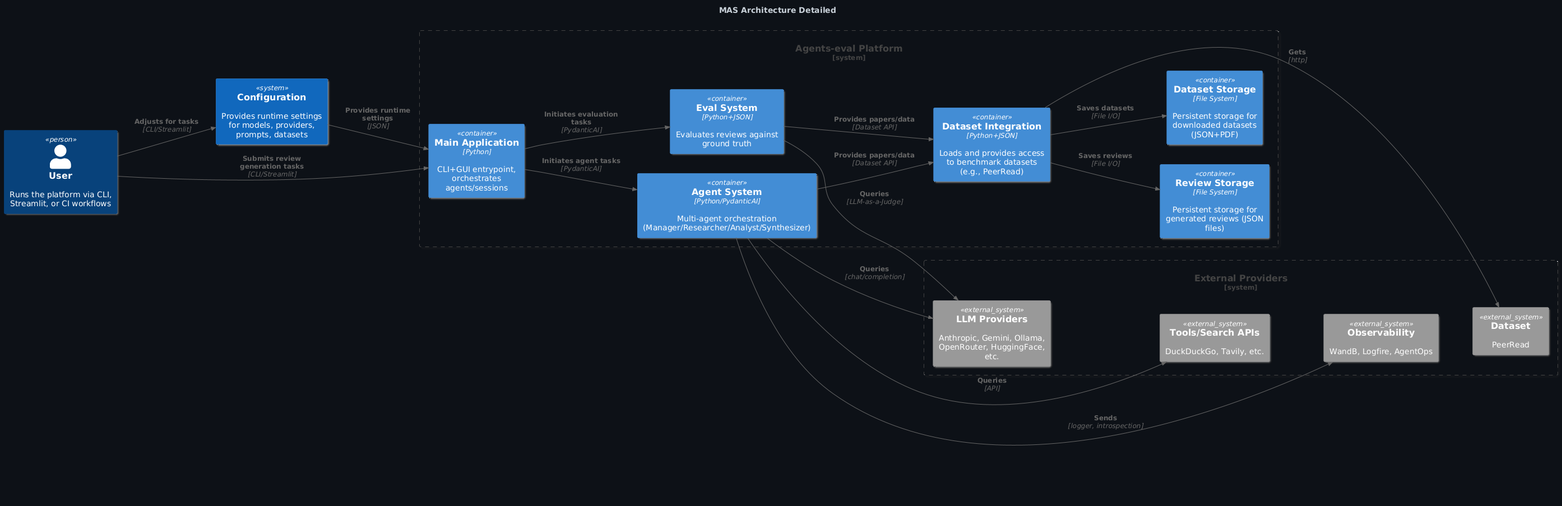
qte77/Agents-eval keeps this PlantUML diagram as assets/images/MAS-C4-Detailed-dark.png. Above is the earlier version. Its diagram source:
```plantuml
@startuml
title MAS Architecture Detailed

!include https://raw.githubusercontent.com/qte77/Agents-eval/refs/heads/docs-update/docs/arch_vis/styles/github-dark.puml

!include https://raw.githubusercontent.com/plantuml-stdlib/C4-PlantUML/master/C4_Component.puml

LAYOUT_LEFT_RIGHT()

Person(user, "User", "Runs the platform via CLI, Streamlit, or CI workflows")
System(config, "Configuration", "Provides runtime settings for models, providers, prompts, datasets")

System_Boundary(agents_eval, "Agents-eval Platform") {
    Container(main_app, "Main Application", "Python", "CLI+GUI entrypoint, orchestrates agents/sessions")

    Container(eval, "Eval System", "Python+JSON", "Evaluates reviews against ground truth")
    Container(agent_system, "Agent System", "Python/PydanticAI", "Multi-agent orchestration (Manager/Researcher/Analyst/Synthesizer)")

    Container(datasets, "Dataset Integration", "Python+JSON", "Loads and provides access to benchmark datasets (e.g., PeerRead)")

    Container(review_storage, "Review Storage", "File System", "Persistent storage for generated reviews (JSON files)")
    Container(dataset_storage, "Dataset Storage", "File System", "Persistent storage for downloaded datasets (JSON+PDF)")

    main_app -[hidden]-> eval
    main_app -[hidden]-> agent_system

    agent_system -[hidden]-> datasets
    eval -[hidden]-> datasets

    datasets -[hidden]-> review_storage
    datasets -[hidden]-> dataset_storage

}

System_Boundary(external_providers, "External Providers") {
    System_Ext(llm_providers, "LLM Providers", "Anthropic, Gemini, Ollama, OpenRouter, HuggingFace, etc.")
    System_Ext(tools, "Tools/Search APIs", "DuckDuckGo, Tavily, etc.")
    System_Ext(obs, "Observability", "WandB, Logfire, AgentOps")
    System_Ext(dataset_ext, "Dataset", "PeerRead")

    llm_providers  -[hidden]-> tools
    tools-[hidden]-> obs
    obs-[hidden]-> dataset_ext
}

Rel(user, main_app, "Submits review generation tasks", "CLI/Streamlit")
Rel(user, config, "Adjusts for tasks", "CLI/Streamlit")
Rel(config, main_app, "Provides runtime settings", "JSON")
Rel(main_app, agent_system, "Initiates agent tasks", "PydanticAI")
Rel(main_app, eval, "Initiates evaluation tasks", "PydanticAI")
Rel(agent_system, datasets, "Provides papers/data", "Dataset API")
Rel(eval, datasets, "Provides papers/data", "Dataset API")
Rel(datasets, review_storage, "Saves reviews", "File I/O")
Rel(datasets, dataset_storage, "Saves datasets", "File I/O")

Rel_D(eval, llm_providers, "Queries", "LLM-as-a-Judge")
Rel_D(agent_system, llm_providers, "Queries", "chat/completion")
Rel_D(agent_system, tools, "Queries", "API")
Rel_D(agent_system, obs, "Sends", "logger, introspection")
Rel_D(datasets, dataset_ext, "Gets", "http")

@enduml
```
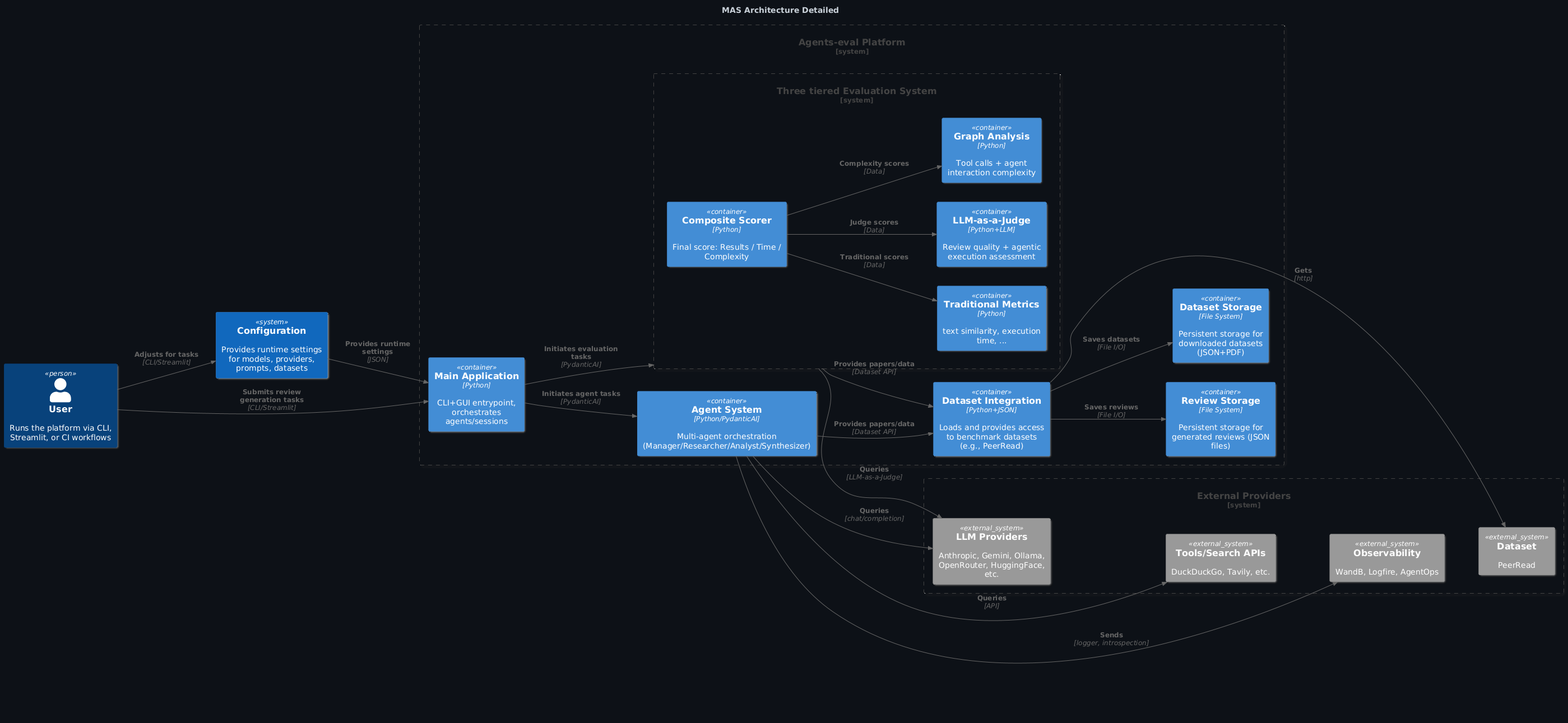
The same file after the commit.

Diff of the diagram source:
```diff
@@ -1,9 +1,10 @@
-@startuml
+@startuml MAS-C4-Detailed
 title MAS Architecture Detailed
 
-!include https://raw.githubusercontent.com/qte77/Agents-eval/refs/heads/docs-update/docs/arch_vis/styles/github-dark.puml
-
-!include https://raw.githubusercontent.com/plantuml-stdlib/C4-PlantUML/master/C4_Component.puml
+!log Current 'STYLE' dvar: STYLE
+!log About to include: styles/github-STYLE.puml
+!include styles/github-STYLE.puml
+!include external/C4_Component.puml
 
 LAYOUT_LEFT_RIGHT()
 
@@ -13,7 +14,14 @@
 System_Boundary(agents_eval, "Agents-eval Platform") {
     Container(main_app, "Main Application", "Python", "CLI+GUI entrypoint, orchestrates agents/sessions")
 
-    Container(eval, "Eval System", "Python+JSON", "Evaluates reviews against ground truth")
+    System_Boundary(eval_components, "Three tiered Evaluation System") {
+        Container(traditional_eval, "Traditional Metrics", "Python", "text similarity, execution time, ...")
+        Container(llm_judge, "LLM-as-a-Judge", "Python+LLM", "Review quality + agentic execution assessment")
+        Container(graph_analysis, "Graph Analysis", "Python", "Tool calls + agent interaction complexity")
+        Container(composite_scorer, "Composite Scorer", "Python", "Final score: Results / Time / Complexity")
+    }
+
+
     Container(agent_system, "Agent System", "Python/PydanticAI", "Multi-agent orchestration (Manager/Researcher/Analyst/Synthesizer)")
 
     Container(datasets, "Dataset Integration", "Python+JSON", "Loads and provides access to benchmark datasets (e.g., PeerRead)")
@@ -21,11 +29,11 @@
     Container(review_storage, "Review Storage", "File System", "Persistent storage for generated reviews (JSON files)")
     Container(dataset_storage, "Dataset Storage", "File System", "Persistent storage for downloaded datasets (JSON+PDF)")
 
-    main_app -[hidden]-> eval
+    main_app -[hidden]-> eval_components
     main_app -[hidden]-> agent_system
 
     agent_system -[hidden]-> datasets
-    eval -[hidden]-> datasets
+    eval_components -[hidden]-> datasets
 
     datasets -[hidden]-> review_storage
     datasets -[hidden]-> dataset_storage
@@ -47,13 +55,17 @@
 Rel(user, config, "Adjusts for tasks", "CLI/Streamlit")
 Rel(config, main_app, "Provides runtime settings", "JSON")
 Rel(main_app, agent_system, "Initiates agent tasks", "PydanticAI")
-Rel(main_app, eval, "Initiates evaluation tasks", "PydanticAI")
+Rel(main_app, eval_components, "Initiates evaluation tasks", "PydanticAI")
 Rel(agent_system, datasets, "Provides papers/data", "Dataset API")
-Rel(eval, datasets, "Provides papers/data", "Dataset API")
+Rel(eval_components, datasets, "Provides papers/data", "Dataset API")
 Rel(datasets, review_storage, "Saves reviews", "File I/O")
 Rel(datasets, dataset_storage, "Saves datasets", "File I/O")
 
-Rel_D(eval, llm_providers, "Queries", "LLM-as-a-Judge")
+Rel(composite_scorer, traditional_eval, "Traditional scores", "Data")
+Rel(composite_scorer, llm_judge, "Judge scores", "Data")
+Rel(composite_scorer, graph_analysis, "Complexity scores", "Data")
+
+Rel_D(eval_components, llm_providers, "Queries", "LLM-as-a-Judge")
 Rel_D(agent_system, llm_providers, "Queries", "chat/completion")
 Rel_D(agent_system, tools, "Queries", "API")
 Rel_D(agent_system, obs, "Sends", "logger, introspection")
```
